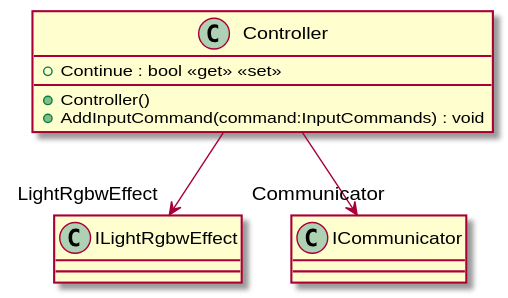
The PlantUML diagram UML/VolumeKsharp/Controller.svg in leo-tasso/VolumeKsharp, before a commit. Its diagram source:
```plantuml
@startuml
class Controller {
    + Controller()
    + Continue : bool <<get>> <<set>>
    + AddInputCommand(command:InputCommands) : void
}
Controller --> "LightRgbwEffect" ILightRgbwEffect
Controller --> "Communicator" ICommunicator
@enduml
```
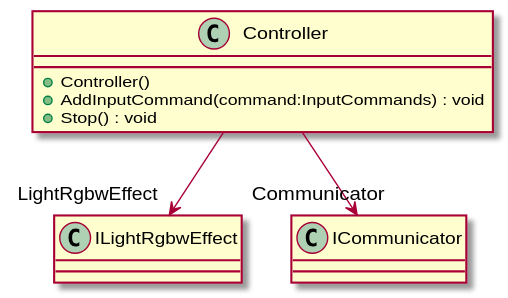
The same diagram one commit later.

What changed in the source:
```diff
@@ -1,8 +1,8 @@
 @startuml
 class Controller {
     + Controller()
-    + Continue : bool <<get>> <<set>>
     + AddInputCommand(command:InputCommands) : void
+    + Stop() : void
 }
 Controller --> "LightRgbwEffect" ILightRgbwEffect
 Controller --> "Communicator" ICommunicator
```
